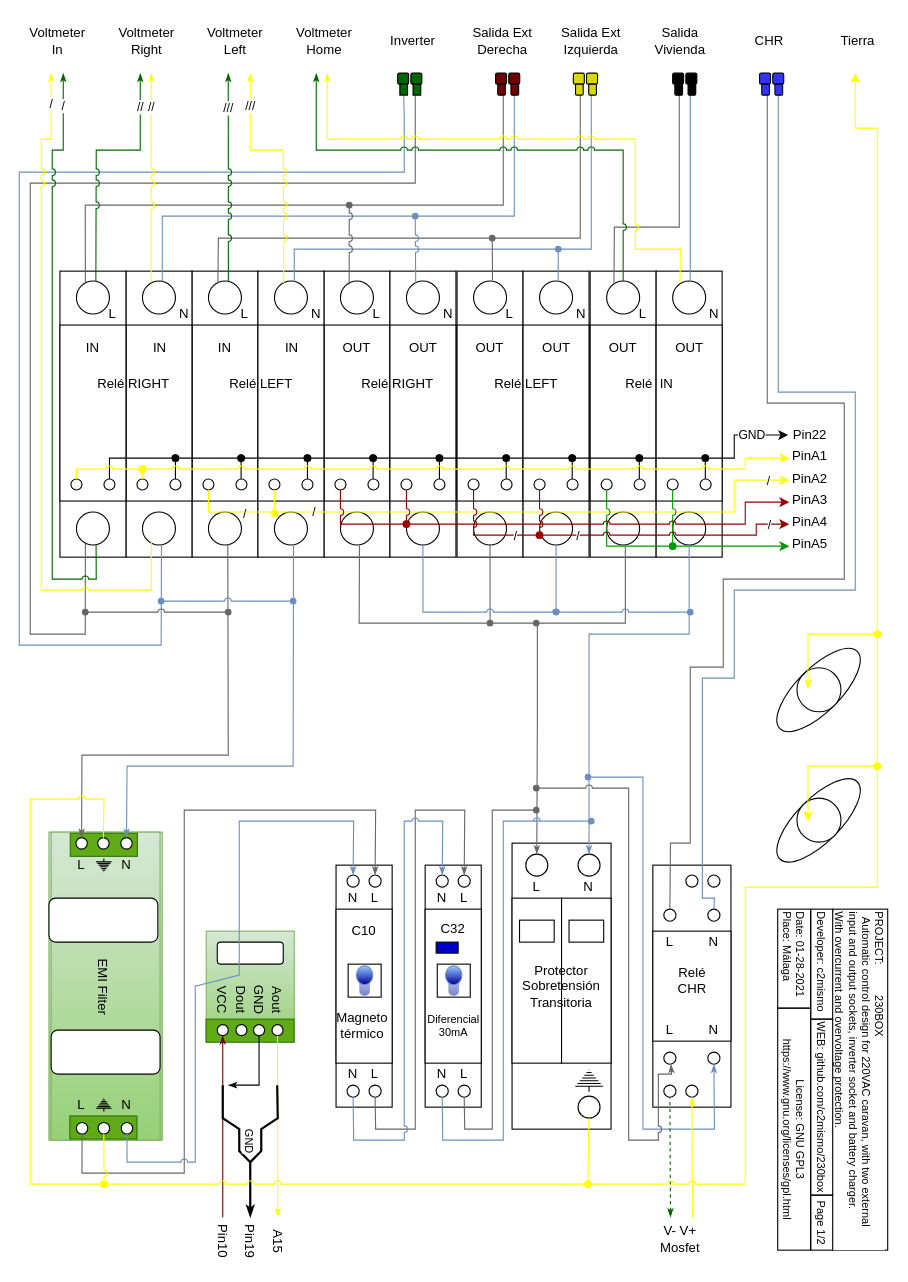
bambera/230box keeps this draw.io diagram as page "Página-1" (1 of 2) of documents/ElectricScheme/Electric_Scheme.drawio. Above is the earlier version. Source tidied: cells renumbered, new cells numbered last; positions are measured from the earlier drawing's top-left corner, leaving out a move shared by most shapes. Both pictures are drawn from the tidied source at 110%, with x=0, y=0 at pixel (19, 19).
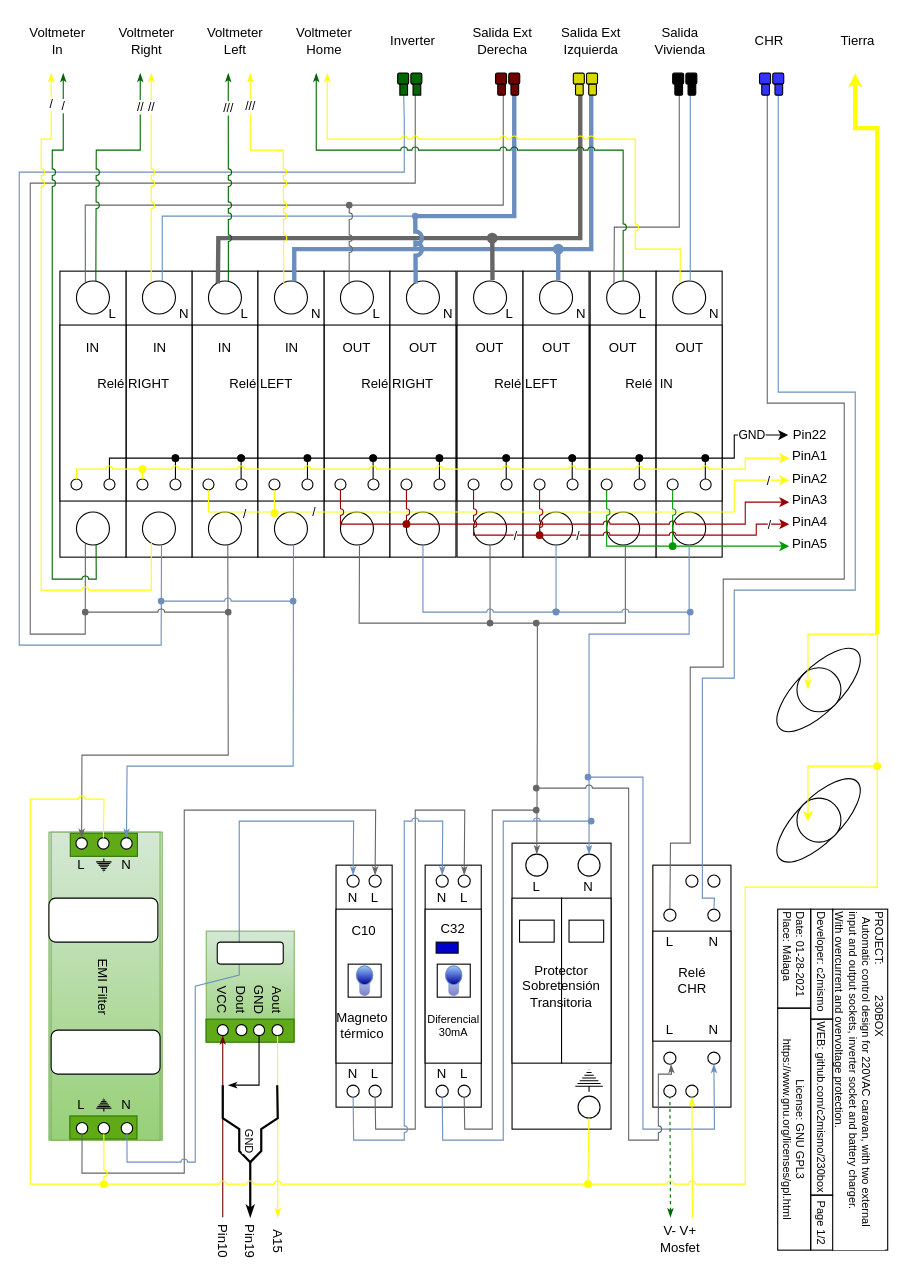
Above is the later version.

The change refers to these unchanged cells:
```xml
<mxCell id="6" style="ellipse;whiteSpace=wrap;html=1;" parent="3" vertex="1">
  <mxGeometry x="15" y="9" width="30" height="30" as="geometry" />
</mxCell>
<mxCell id="27" style="ellipse;whiteSpace=wrap;html=1;" parent="24" vertex="1">
  <mxGeometry x="15" y="9" width="30" height="30" as="geometry" />
</mxCell>
<mxCell id="39" style="ellipse;whiteSpace=wrap;html=1;" parent="36" vertex="1">
  <mxGeometry x="15" y="9" width="30" height="30" as="geometry" />
</mxCell>
<mxCell id="49" style="ellipse;whiteSpace=wrap;html=1;" parent="46" vertex="1">
  <mxGeometry x="15" y="9" width="30" height="30" as="geometry" />
</mxCell>
<mxCell id="100" style="ellipse;whiteSpace=wrap;html=1;" parent="97" vertex="1">
  <mxGeometry x="15" y="9" width="30" height="30" as="geometry" />
</mxCell>
```

What changed in the source:
```diff
@@
-    <mxCell id="194" style="endArrow=oval;html=1;endFill=1;rounded=0;startArrow=classic;startFill=1;gradientColor=#97d077;fillColor=#d5e8d4;strokeColor=#FFFF00;" parent="1" edge="1">
+    <mxCell id="194" style="endArrow=oval;html=1;endFill=1;rounded=0;startArrow=classic;startFill=1;gradientColor=#97d077;fillColor=#d5e8d4;strokeColor=#FFFF00;startSize=0;endSize=0;strokeWidth=4;" parent="1" edge="1">
       <mxGeometry relative="1" as="geometry">
         <mxPoint x="760" y="49" as="sourcePoint" />
         <mxPoint x="780" y="559" as="targetPoint" />
         <Array as="points">
           <mxPoint x="760" y="99" />
           <mxPoint x="780" y="99" />
         </Array>
       </mxGeometry>
     </mxCell>
@@
-    <mxCell id="237" style="rounded=1;whiteSpace=wrap;html=1;" parent="1" vertex="1">
-      <mxGeometry x="180" y="839" width="60" height="20" as="geometry" />
-    </mxCell>
@@
-    <mxCell id="265" style="edgeStyle=none;rounded=0;jettySize=auto;html=1;exitX=0.286;exitY=0.07;exitDx=0;exitDy=0;startArrow=none;startFill=0;endArrow=oval;endFill=1;exitPerimeter=0;endSize=5;startSize=5;gradientColor=#b3b3b3;fillColor=#f5f5f5;strokeColor=#666666;" parent="1" edge="1" source="6">
+    <mxCell id="265" style="edgeStyle=none;rounded=0;jettySize=auto;html=1;exitX=0.286;exitY=0.07;exitDx=0;exitDy=0;startArrow=none;startFill=0;endArrow=oval;endFill=1;exitPerimeter=0;endSize=6;startSize=0;gradientColor=#b3b3b3;fillColor=#f5f5f5;strokeColor=#666666;strokeWidth=4;" parent="1" edge="1" source="6">
       <mxGeometry relative="1" as="geometry">
         <mxPoint x="430" y="199" as="targetPoint" />
         <Array as="points">
           <mxPoint x="181" y="199" />
         </Array>
       </mxGeometry>
     </mxCell>
@@
-    <mxCell id="268" style="edgeStyle=none;rounded=0;jettySize=auto;html=1;exitX=0.6;exitY=0.016;exitDx=0;exitDy=0;startArrow=none;startFill=0;endArrow=oval;endFill=1;strokeColor=#6c8ebf;exitPerimeter=0;endSize=5;startSize=5;gradientColor=#7ea6e0;fillColor=#dae8fc;" parent="1" edge="1" source="100">
+    <mxCell id="268" style="edgeStyle=none;rounded=0;jettySize=auto;html=1;exitX=0.6;exitY=0.016;exitDx=0;exitDy=0;startArrow=none;startFill=0;endArrow=oval;endFill=1;strokeColor=#6c8ebf;exitPerimeter=0;endSize=6;startSize=0;gradientColor=#7ea6e0;fillColor=#dae8fc;strokeWidth=4;" parent="1" edge="1" source="100">
       <mxGeometry relative="1" as="geometry">
         <mxPoint x="490" y="209" as="targetPoint" />
         <Array as="points">
           <mxPoint x="250" y="209" />
         </Array>
       </mxGeometry>
     </mxCell>
@@
-    <mxCell id="270" style="edgeStyle=none;rounded=0;jettySize=auto;html=1;startArrow=none;startFill=0;endArrow=none;endFill=0;endSize=5;startSize=5;strokeColor=#6c8ebf;gradientColor=#7ea6e0;fillColor=#dae8fc;exitX=0.28;exitY=0.072;exitDx=0;exitDy=0;exitPerimeter=0;jumpStyle=arc;" parent="1" edge="1" source="27">
+    <mxCell id="270" style="edgeStyle=none;rounded=0;jettySize=auto;html=1;startArrow=none;startFill=0;endArrow=none;endFill=0;endSize=5;startSize=5;strokeColor=#6c8ebf;gradientColor=#7ea6e0;fillColor=#dae8fc;exitX=0.28;exitY=0.072;exitDx=0;exitDy=0;exitPerimeter=0;jumpStyle=arc;strokeWidth=4;" parent="1" edge="1" source="27">
       <mxGeometry x="0.22" relative="1" as="geometry">
         <mxPoint x="450" y="59" as="targetPoint" />
         <Array as="points">
           <mxPoint x="360" y="179" />
           <mxPoint x="450" y="179" />
         </Array>
       </mxGeometry>
     </mxCell>
-    <mxCell id="271" style="edgeStyle=none;rounded=0;jettySize=auto;html=1;startArrow=none;startFill=0;endArrow=none;endFill=0;endSize=5;startSize=5;strokeColor=#666666;gradientColor=#b3b3b3;fillColor=#f5f5f5;exitX=0.574;exitY=-0.034;exitDx=0;exitDy=0;exitPerimeter=0;" parent="1" edge="1" source="39">
+    <mxCell id="271" style="edgeStyle=none;rounded=0;jettySize=auto;html=1;startArrow=none;startFill=0;endArrow=none;endFill=0;endSize=5;startSize=5;strokeColor=#666666;gradientColor=#b3b3b3;fillColor=#f5f5f5;exitX=0.574;exitY=-0.034;exitDx=0;exitDy=0;exitPerimeter=0;strokeWidth=4;" parent="1" edge="1" source="39">
       <mxGeometry x="0.25" relative="1" as="geometry">
         <mxPoint x="510" y="59" as="targetPoint" />
         <Array as="points">
           <mxPoint x="430" y="199" />
           <mxPoint x="510" y="199" />
         </Array>
       </mxGeometry>
     </mxCell>
-    <mxCell id="272" style="edgeStyle=none;rounded=0;jettySize=auto;html=1;startArrow=none;startFill=0;endArrow=none;endFill=0;endSize=5;startSize=5;strokeColor=#6c8ebf;gradientColor=#7ea6e0;fillColor=#dae8fc;exitX=0.566;exitY=-0.023;exitDx=0;exitDy=0;exitPerimeter=0;" parent="1" edge="1" source="49">
+    <mxCell id="272" style="edgeStyle=none;rounded=0;jettySize=auto;html=1;startArrow=none;startFill=0;endArrow=none;endFill=0;endSize=5;startSize=5;strokeColor=#6c8ebf;gradientColor=#7ea6e0;fillColor=#dae8fc;exitX=0.566;exitY=-0.023;exitDx=0;exitDy=0;exitPerimeter=0;strokeWidth=4;" parent="1" edge="1" source="49">
       <mxGeometry x="0.22" relative="1" as="geometry">
         <mxPoint x="520" y="59" as="targetPoint" />
         <Array as="points">
           <mxPoint x="490" y="209" />
           <mxPoint x="520" y="209" />
         </Array>
       </mxGeometry>
     </mxCell>
@@
+    <mxCell id="237" style="rounded=1;whiteSpace=wrap;html=1;" parent="1" vertex="1">
+      <mxGeometry x="180" y="839" width="60" height="20" as="geometry" />
+    </mxCell>
```
